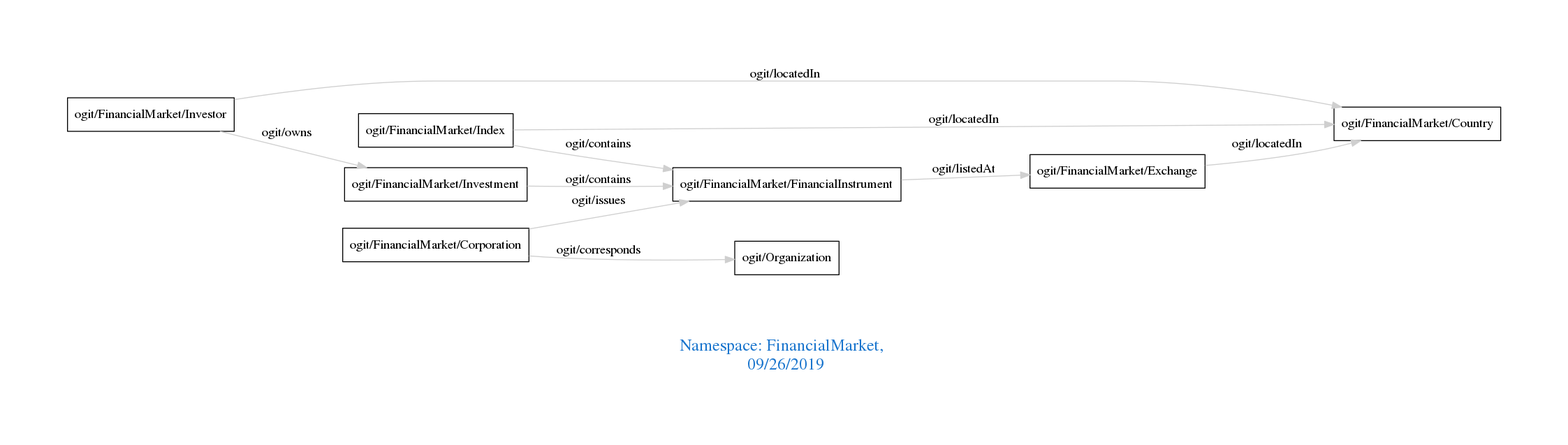
The Graphviz diagram downloads/FinancialMarket.png in arago/OGIT, before a commit. Its source is kept beside it as downloads/FinancialMarket.dot.
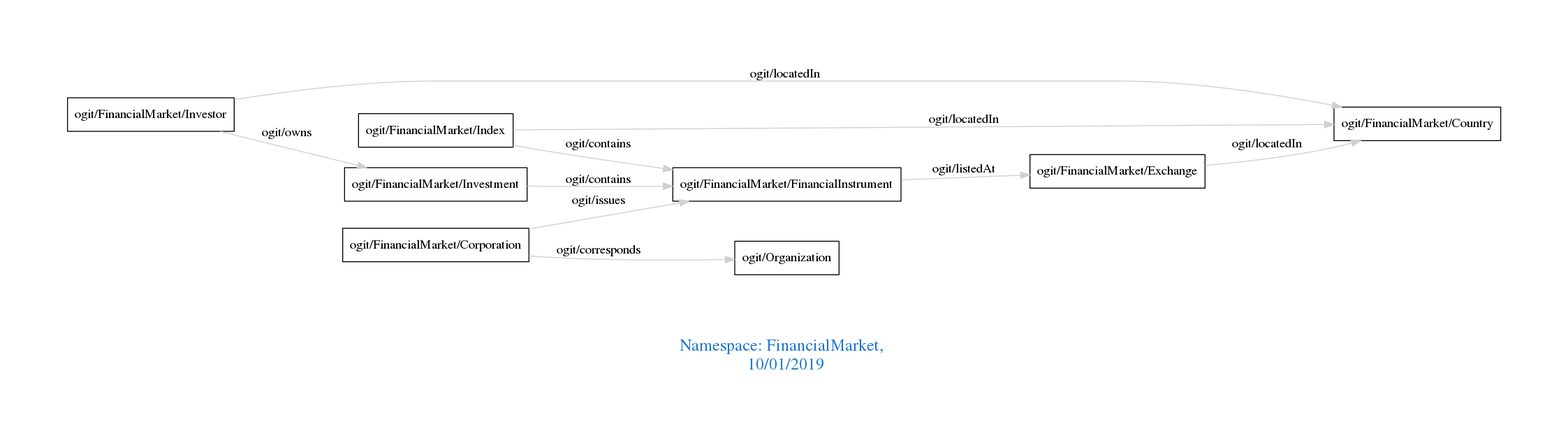
The same file after the commit.

The edit, as a diff of the source:
```diff
@@ -1,7 +1,7 @@
 digraph OGIT_ontology {
  graph [ rankdir= LR,pad=1
 fontsize = 18,
-fontcolor= dodgerblue3,label = "\n\n\nNamespace: FinancialMarket, \n 09/26/2019"];
+fontcolor= dodgerblue3,label = "\n\n\nNamespace: FinancialMarket, \n 10/01/2019"];
 node[shape=polygon];
 edge [  color="gray81"];
 
```
